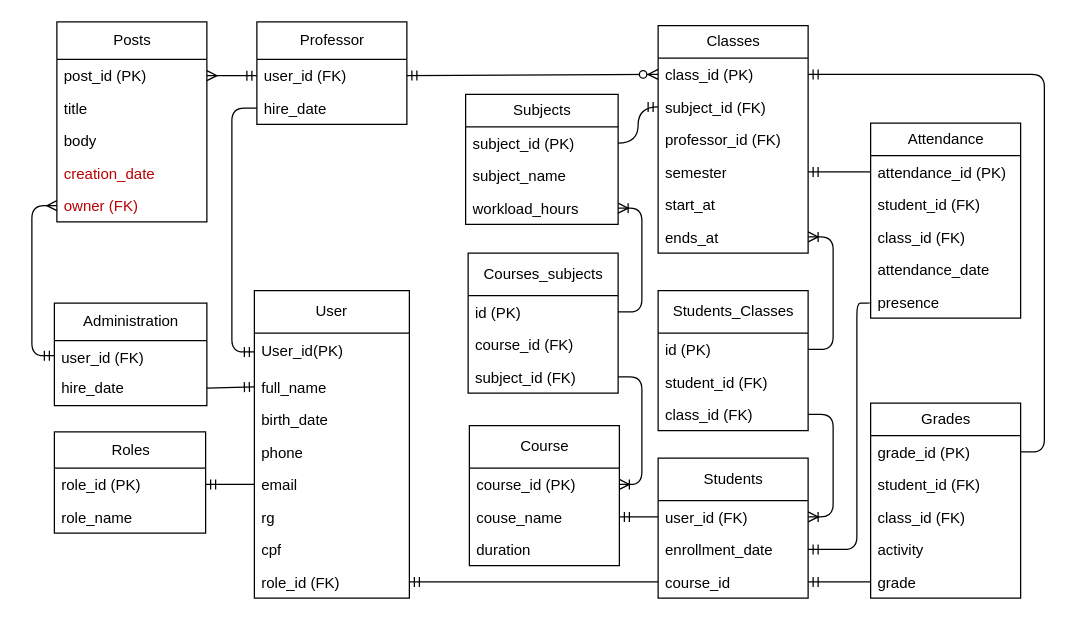
unHappyDev/PIF keeps this draw.io diagram as diagramas/diagrama_entidade_relacionamento.drawio. Above is the earlier version. Source tidied: cells renumbered, new cells numbered last; positions are measured from the earlier drawing's top-left corner, leaving out a move shared by most shapes. Both pictures are drawn from the tidied source at 125%, with x=0, y=0 at pixel (31, 21).
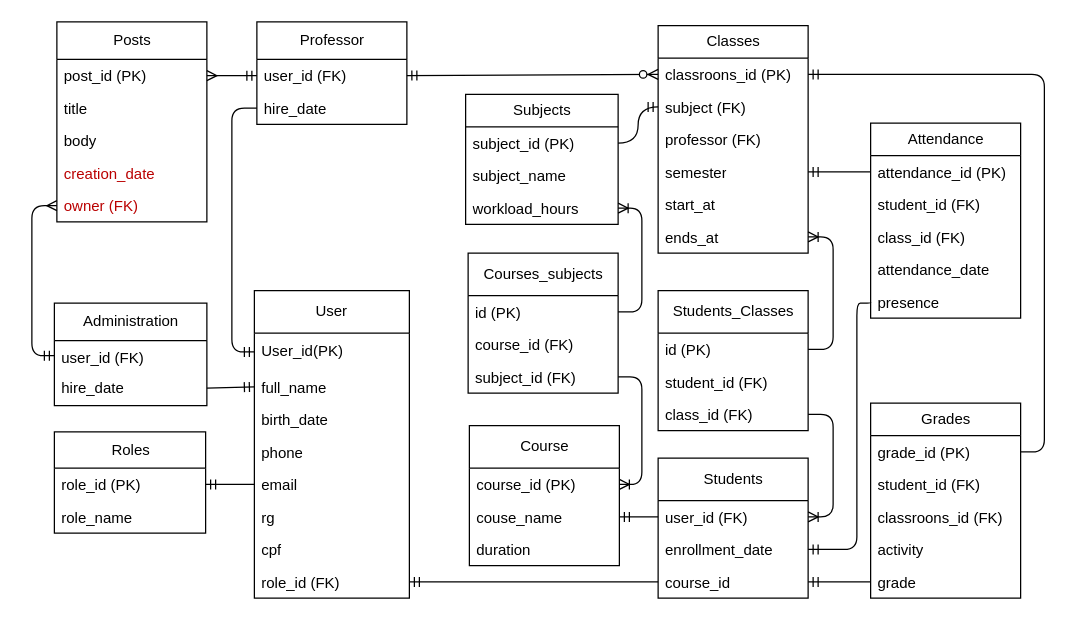
The same page after the edit.

Commit message:
mais mudanças no banco

The change refers to these unchanged cells:
```xml
<mxCell id="40" value="Classes" style="swimlane;fontStyle=0;horizontal=1;startSize=26;fillColor=none;html=1;" parent="1" vertex="1">
  <mxGeometry x="501" y="3" width="120" height="182" as="geometry" />
</mxCell>
<mxCell id="66" value="Grades" style="swimlane;fontStyle=0;horizontal=1;startSize=26;fillColor=none;html=1;" parent="1" vertex="1">
  <mxGeometry x="671" y="305" width="120" height="156" as="geometry" />
</mxCell>
```

What changed in the source:
```diff
@@
-    <mxCell id="41" value="class_id (PK)" style="text;strokeColor=none;fillColor=none;align=left;verticalAlign=top;spacingLeft=4;spacingRight=4;overflow=hidden;points=[[0,0.5],[1,0.5]];portConstraint=eastwest;whiteSpace=wrap;html=1;" parent="40" vertex="1">
+    <mxCell id="41" value="classroons_id (PK)" style="text;strokeColor=none;fillColor=none;align=left;verticalAlign=top;spacingLeft=4;spacingRight=4;overflow=hidden;points=[[0,0.5],[1,0.5]];portConstraint=eastwest;whiteSpace=wrap;html=1;" parent="40" vertex="1">
       <mxGeometry y="26" width="120" height="26" as="geometry" />
     </mxCell>
-    <mxCell id="42" value="subject_id (FK)" style="text;strokeColor=none;fillColor=none;align=left;verticalAlign=top;spacingLeft=4;spacingRight=4;overflow=hidden;points=[[0,0.5],[1,0.5]];portConstraint=eastwest;whiteSpace=wrap;html=1;" parent="40" vertex="1">
+    <mxCell id="42" value="subject (FK)" style="text;strokeColor=none;fillColor=none;align=left;verticalAlign=top;spacingLeft=4;spacingRight=4;overflow=hidden;points=[[0,0.5],[1,0.5]];portConstraint=eastwest;whiteSpace=wrap;html=1;" parent="40" vertex="1">
       <mxGeometry y="52" width="120" height="26" as="geometry" />
     </mxCell>
-    <mxCell id="43" value="professor_id (FK)" style="text;strokeColor=none;fillColor=none;align=left;verticalAlign=top;spacingLeft=4;spacingRight=4;overflow=hidden;whiteSpace=wrap;html=1;" parent="40" vertex="1">
+    <mxCell id="43" value="professor (FK)" style="text;strokeColor=none;fillColor=none;align=left;verticalAlign=top;spacingLeft=4;spacingRight=4;overflow=hidden;whiteSpace=wrap;html=1;" parent="40" vertex="1">
       <mxGeometry y="78" width="120" height="26" as="geometry" />
     </mxCell>
@@
-    <mxCell id="69" value="class_id (FK)" style="text;strokeColor=none;fillColor=none;align=left;verticalAlign=top;spacingLeft=4;spacingRight=4;overflow=hidden;whiteSpace=wrap;html=1;" parent="66" vertex="1">
+    <mxCell id="69" value="classroons_id (FK)" style="text;strokeColor=none;fillColor=none;align=left;verticalAlign=top;spacingLeft=4;spacingRight=4;overflow=hidden;whiteSpace=wrap;html=1;" parent="66" vertex="1">
       <mxGeometry y="78" width="120" height="26" as="geometry" />
     </mxCell>
```
